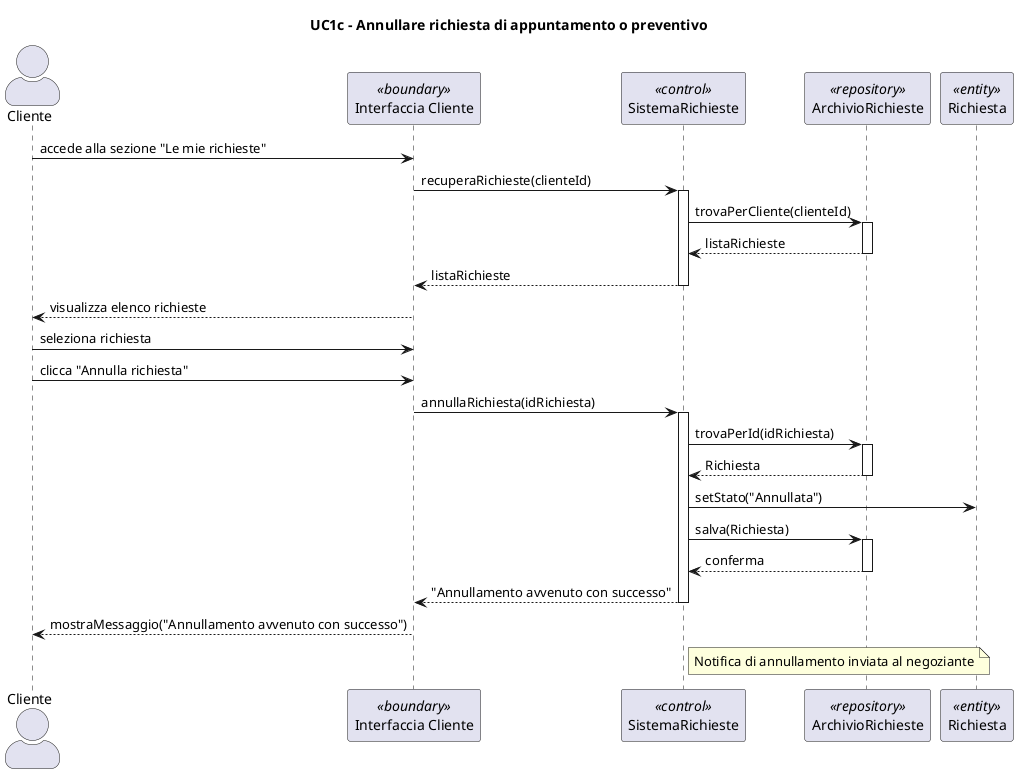
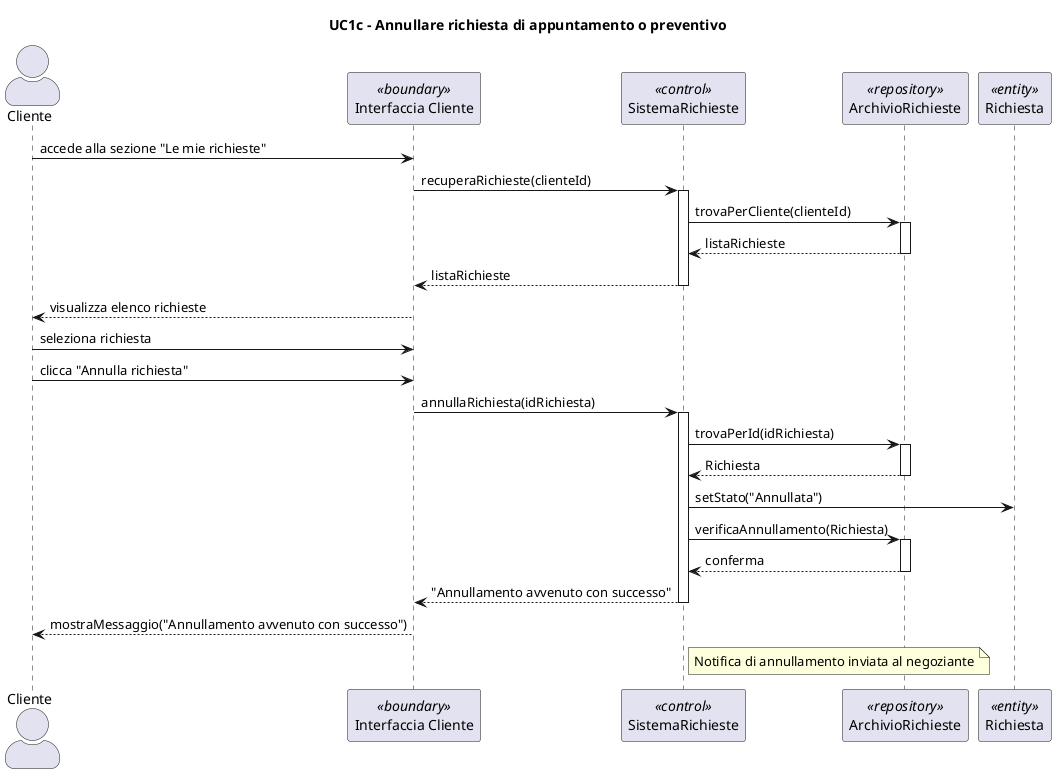
@startuml

skinparam actorStyle awesome
title UC1c - Annullare richiesta di appuntamento o preventivo

actor Cliente
participant "Interfaccia Cliente" as UI <<boundary>>
participant "SistemaRichieste" as S <<control>>
participant "ArchivioRichieste" as Repo <<repository>>
participant "Richiesta" as R <<entity>>

Cliente -> UI : accede alla sezione "Le mie richieste"
UI -> S : recuperaRichieste(clienteId)
activate S

S -> Repo : trovaPerCliente(clienteId)
activate Repo
Repo --> S : listaRichieste
deactivate Repo

S --> UI : listaRichieste
deactivate S
UI --> Cliente : visualizza elenco richieste

Cliente -> UI : seleziona richiesta
Cliente -> UI : clicca "Annulla richiesta"
UI -> S : annullaRichiesta(idRichiesta)
activate S

S -> Repo : trovaPerId(idRichiesta)
activate Repo
Repo --> S : Richiesta
deactivate Repo

S -> R : setStato("Annullata")

- S -> Repo : salva(Richiesta)
+ S -> Repo : verificaAnnullamento(Richiesta)
activate Repo
Repo --> S : conferma
deactivate Repo

S --> UI : "Annullamento avvenuto con successo"
deactivate S

UI --> Cliente : mostraMessaggio("Annullamento avvenuto con successo")

note right of S
Notifica di annullamento inviata al negoziante
end note

@enduml
